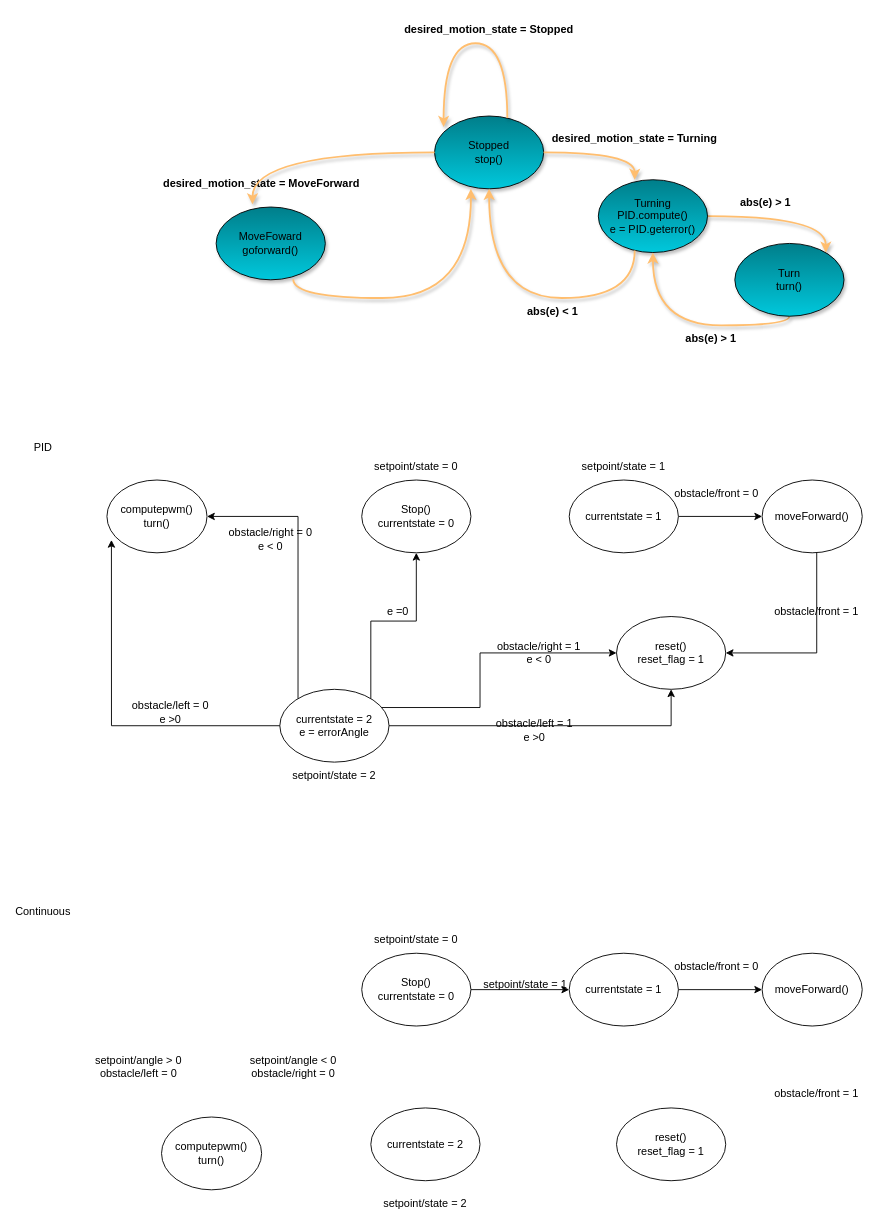
Before: Diagrams/UML/Loopcontroller.drawio in mekuro9/PWAO-CSU, a draw.io diagram. Source tidied: cells renumbered, new cells numbered last; positions are measured from the earlier drawing's top-left corner, leaving out a move shared by most shapes. Both pictures are drawn from the tidied source at 91%, with x=0, y=0 at pixel (15, 15).
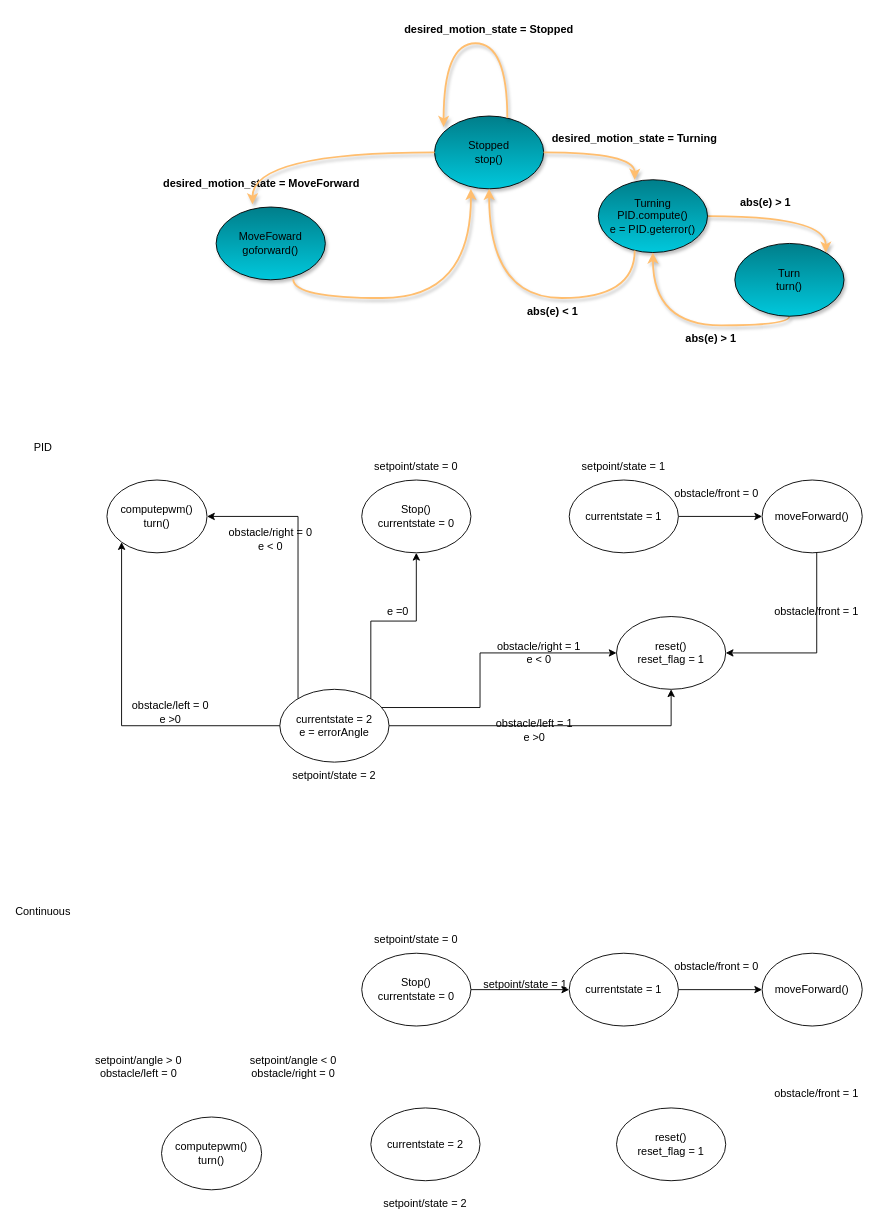
After the change.

Unchanged cells that the change refers to:
```xml
<mxCell id="34" value="&lt;div&gt;currentstate = 2&lt;br&gt;&lt;/div&gt;e = errorAngle" style="ellipse;whiteSpace=wrap;html=1;" parent="1" vertex="1">
  <mxGeometry x="290" y="740" width="120" height="80" as="geometry" />
</mxCell>
<mxCell id="39" value="&lt;div&gt;computepwm()&lt;br&gt;&lt;/div&gt;&lt;div&gt;turn()&lt;/div&gt;" style="ellipse;whiteSpace=wrap;html=1;" parent="1" vertex="1">
  <mxGeometry x="100" y="510" width="110" height="80" as="geometry" />
</mxCell>
```

Diff of the diagram source:
```diff
@@
-    <mxCell id="58" style="edgeStyle=orthogonalEdgeStyle;rounded=0;jettySize=auto;html=1;entryX=0.045;entryY=0.823;entryDx=0;entryDy=0;entryPerimeter=0;" parent="1" edge="1" source="34" target="39">
+    <mxCell id="58" style="edgeStyle=orthogonalEdgeStyle;rounded=0;jettySize=auto;html=1;entryX=0;entryY=1;entryDx=0;entryDy=0;" parent="1" edge="1" source="34" target="39">
       <mxGeometry relative="1" as="geometry" />
     </mxCell>
```
